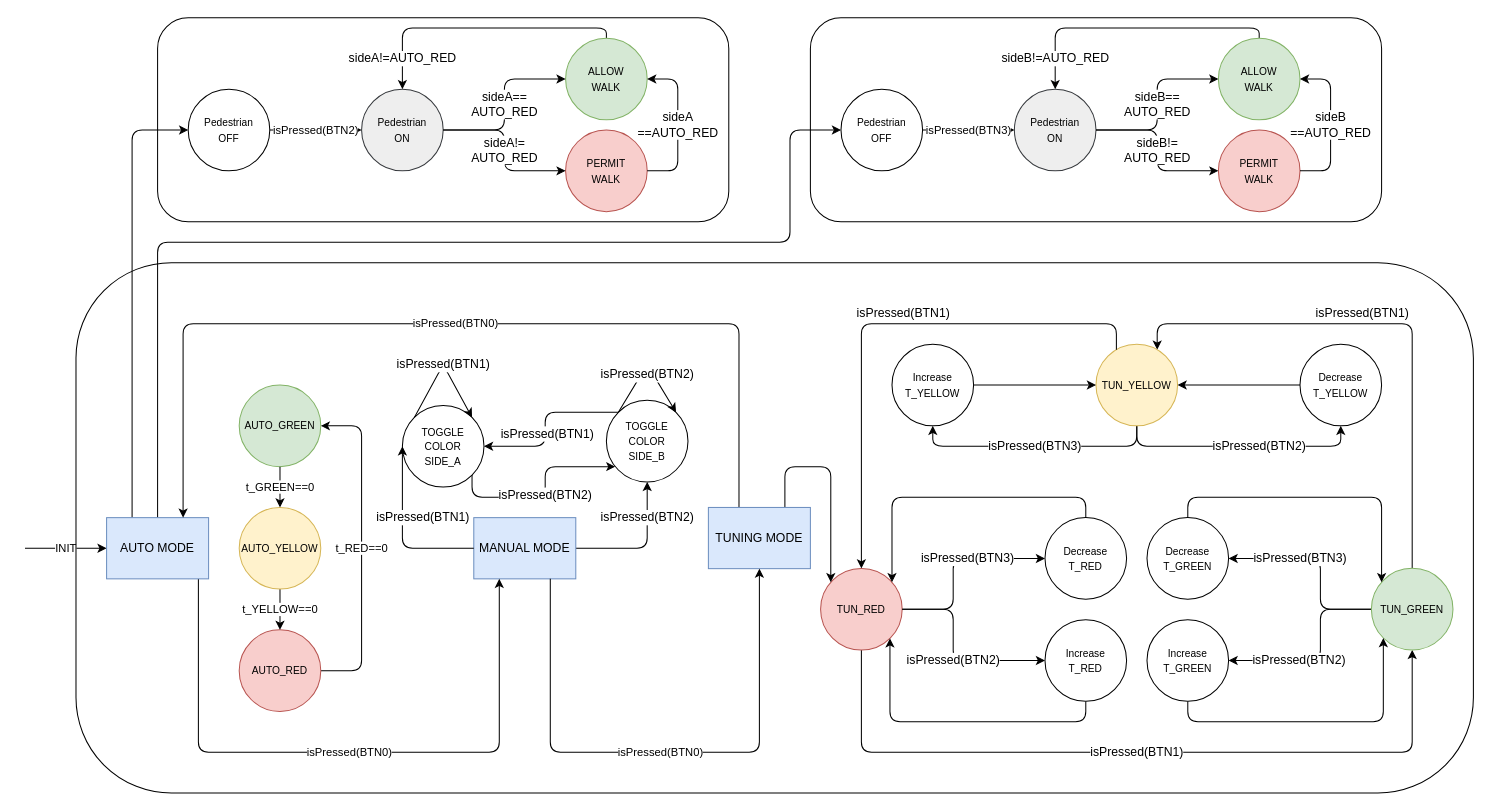
The draw.io diagram page "DRAFT" (2 of 2) of fsm.drawio in amyranotamirror/CO3007_MiniProject, before the edit. Source tidied: cells renumbered, new cells numbered last; positions are measured from the earlier drawing's top-left corner, leaving out a move shared by most shapes. Both pictures are drawn from the tidied source at 102%, with x=0, y=0 at pixel (24, 17).
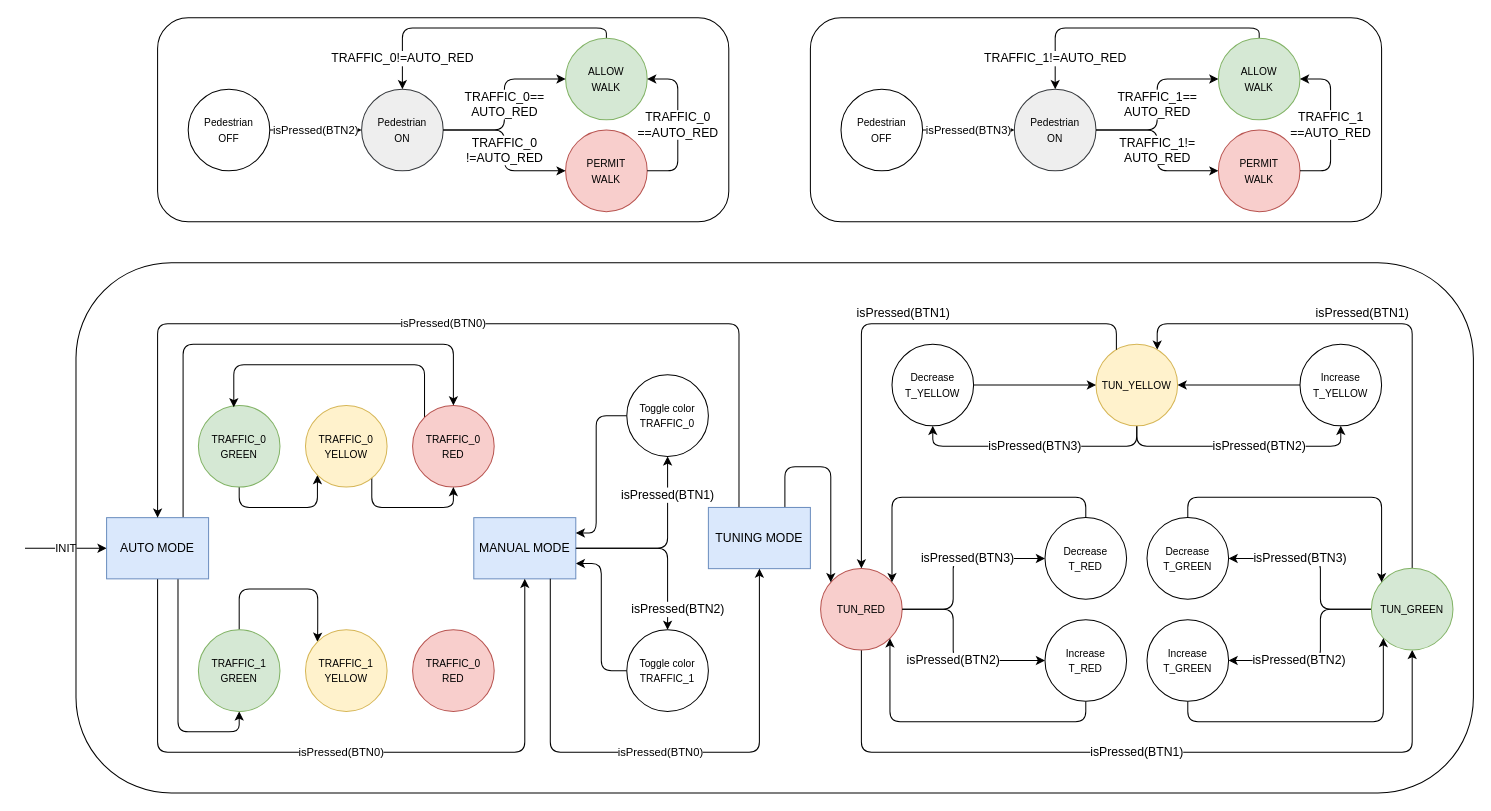
The same diagram, later.

Commit message:
feat: Simplified version of FSM

chore: styling

The change refers to these unchanged cells:
```xml
<mxCell id="13" value="MANUAL MODE" style="rounded=0;whiteSpace=wrap;html=1;fillColor=#dae8fc;strokeColor=#6c8ebf;" parent="1" vertex="1">
  <mxGeometry x="440" y="490" width="100" height="60" as="geometry" />
</mxCell>
<mxCell id="38" value="AUTO MODE" style="rounded=0;whiteSpace=wrap;html=1;fillColor=#dae8fc;strokeColor=#6c8ebf;" parent="1" vertex="1">
  <mxGeometry x="80" y="490" width="100" height="60" as="geometry" />
</mxCell>
<mxCell id="41" value="TUNING MODE" style="rounded=0;whiteSpace=wrap;html=1;fillColor=#dae8fc;strokeColor=#6c8ebf;" parent="1" vertex="1">
  <mxGeometry x="670" y="480" width="100" height="60" as="geometry" />
</mxCell>
<mxCell id="52" style="group;" parent="1" vertex="1">
  <mxGeometry x="130" width="560" height="200" as="geometry" />
</mxCell>
<mxCell id="54" value="&lt;span style=&quot;font-size: 10px;&quot;&gt;Pedestrian&lt;br&gt;OFF&lt;br&gt;&lt;/span&gt;" style="ellipse;whiteSpace=wrap;html=1;" parent="52" vertex="1">
  <mxGeometry x="30" y="70" width="80" height="80" as="geometry" />
</mxCell>
<mxCell id="55" value="&lt;span style=&quot;font-size: 10px;&quot;&gt;Pedestrian&lt;br&gt;ON&lt;br&gt;&lt;/span&gt;" style="ellipse;whiteSpace=wrap;html=1;fillColor=#eeeeee;strokeColor=#36393d;" parent="52" vertex="1">
  <mxGeometry x="200" y="70" width="80" height="80" as="geometry" />
</mxCell>
<mxCell id="57" value="&lt;span style=&quot;font-size: 10px;&quot;&gt;PERMIT&lt;br&gt;WALK&lt;br&gt;&lt;/span&gt;" style="ellipse;whiteSpace=wrap;html=1;fillColor=#f8cecc;strokeColor=#b85450;" parent="52" vertex="1">
  <mxGeometry x="400" y="110" width="80" height="80" as="geometry" />
</mxCell>
<mxCell id="60" value="&lt;span style=&quot;font-size: 10px;&quot;&gt;ALLOW&lt;br&gt;WALK&lt;br&gt;&lt;/span&gt;" style="ellipse;whiteSpace=wrap;html=1;fillColor=#d5e8d4;strokeColor=#82b366;" parent="52" vertex="1">
  <mxGeometry x="400" y="20" width="80" height="80" as="geometry" />
</mxCell>
<mxCell id="63" style="group;" parent="1" vertex="1">
  <mxGeometry x="770" width="560" height="200" as="geometry" />
</mxCell>
<mxCell id="65" value="&lt;span style=&quot;font-size: 10px;&quot;&gt;Pedestrian&lt;br&gt;OFF&lt;br&gt;&lt;/span&gt;" style="ellipse;whiteSpace=wrap;html=1;" parent="63" vertex="1">
  <mxGeometry x="30" y="70" width="80" height="80" as="geometry" />
</mxCell>
<mxCell id="66" value="&lt;span style=&quot;font-size: 10px;&quot;&gt;Pedestrian&lt;br&gt;ON&lt;br&gt;&lt;/span&gt;" style="ellipse;whiteSpace=wrap;html=1;fillColor=#eeeeee;strokeColor=#36393d;" parent="63" vertex="1">
  <mxGeometry x="200" y="70" width="80" height="80" as="geometry" />
</mxCell>
<mxCell id="68" value="&lt;span style=&quot;font-size: 10px;&quot;&gt;PERMIT&lt;br&gt;WALK&lt;br&gt;&lt;/span&gt;" style="ellipse;whiteSpace=wrap;html=1;fillColor=#f8cecc;strokeColor=#b85450;" parent="63" vertex="1">
  <mxGeometry x="400" y="110" width="80" height="80" as="geometry" />
</mxCell>
<mxCell id="71" value="&lt;span style=&quot;font-size: 10px;&quot;&gt;ALLOW&lt;br&gt;WALK&lt;br&gt;&lt;/span&gt;" style="ellipse;whiteSpace=wrap;html=1;fillColor=#d5e8d4;strokeColor=#82b366;" parent="63" vertex="1">
  <mxGeometry x="400" y="20" width="80" height="80" as="geometry" />
</mxCell>
```

The edit, as a diff of the source:
```diff
@@
-    <mxCell id="3" style="edgeStyle=orthogonalEdgeStyle;html=1;exitX=0.25;exitY=0;exitDx=0;exitDy=0;entryX=0;entryY=0.5;entryDx=0;entryDy=0;" parent="1" edge="1" source="38" target="54">
-      <mxGeometry relative="1" as="geometry" />
-    </mxCell>
@@
+    <mxCell id="11" style="edgeStyle=orthogonalEdgeStyle;html=1;entryX=0;entryY=1;entryDx=0;entryDy=0;" parent="1" edge="1" source="5" target="10">
+      <mxGeometry relative="1" as="geometry">
+        <Array as="points">
+          <mxPoint x="210" y="480" />
+          <mxPoint x="287" y="480" />
+          <mxPoint x="287" y="448" />
+        </Array>
+      </mxGeometry>
+    </mxCell>
-    <mxCell id="5" value="&lt;font style=&quot;font-size: 10px;&quot;&gt;AUTO_GREEN&lt;/font&gt;" style="ellipse;whiteSpace=wrap;html=1;fillColor=#d5e8d4;strokeColor=#82b366;" parent="1" vertex="1">
-      <mxGeometry x="210" y="360" width="80" height="80" as="geometry" />
+    <mxCell id="5" value="&lt;span style=&quot;font-size: 10px;&quot;&gt;TRAFFIC_0&lt;br&gt;GREEN&lt;br&gt;&lt;/span&gt;" style="ellipse;whiteSpace=wrap;html=1;fillColor=#d5e8d4;strokeColor=#82b366;" parent="1" vertex="1">
+      <mxGeometry x="170" y="380" width="80" height="80" as="geometry" />
     </mxCell>
-    <mxCell id="6" value="t_RED==0" style="edgeStyle=orthogonalEdgeStyle;html=1;entryX=1;entryY=0.5;entryDx=0;entryDy=0;" parent="1" edge="1" source="7" target="5">
+    <mxCell id="6" style="edgeStyle=orthogonalEdgeStyle;html=1;exitX=0;exitY=0;exitDx=0;exitDy=0;entryX=0.434;entryY=0.023;entryDx=0;entryDy=0;entryPerimeter=0;" parent="1" edge="1" source="7" target="5">
       <mxGeometry relative="1" as="geometry">
         <Array as="points">
-          <mxPoint x="330" y="640" />
-          <mxPoint x="330" y="400" />
+          <mxPoint x="392" y="340" />
+          <mxPoint x="205" y="340" />
         </Array>
       </mxGeometry>
     </mxCell>
-    <mxCell id="7" value="&lt;font style=&quot;font-size: 10px;&quot;&gt;AUTO_RED&lt;/font&gt;" style="ellipse;whiteSpace=wrap;html=1;fillColor=#f8cecc;strokeColor=#b85450;" parent="1" vertex="1">
-      <mxGeometry x="210" y="600" width="80" height="80" as="geometry" />
+    <mxCell id="7" value="&lt;font style=&quot;font-size: 10px;&quot;&gt;TRAFFIC_0&lt;br&gt;RED&lt;br&gt;&lt;/font&gt;" style="ellipse;whiteSpace=wrap;html=1;fillColor=#f8cecc;strokeColor=#b85450;" parent="1" vertex="1">
+      <mxGeometry x="380" y="380" width="80" height="80" as="geometry" />
     </mxCell>
+    <mxCell id="74" style="edgeStyle=orthogonalEdgeStyle;html=1;entryX=1;entryY=0.75;entryDx=0;entryDy=0;" parent="1" edge="1" source="8" target="13">
+      <mxGeometry relative="1" as="geometry" />
+    </mxCell>
-    <mxCell id="8" value="&lt;span style=&quot;font-size: 10px;&quot;&gt;TOGGLE&lt;/span&gt;&lt;br style=&quot;border-color: var(--border-color); font-size: 10px;&quot;&gt;&lt;span style=&quot;font-size: 10px;&quot;&gt;COLOR&lt;/span&gt;&lt;br style=&quot;border-color: var(--border-color); font-size: 10px;&quot;&gt;&lt;span style=&quot;font-size: 10px;&quot;&gt;SIDE_B&lt;/span&gt;" style="ellipse;whiteSpace=wrap;html=1;" parent="1" vertex="1">
-      <mxGeometry x="570" y="375" width="80" height="80" as="geometry" />
+    <mxCell id="8" value="&lt;span style=&quot;font-size: 10px;&quot;&gt;Toggle color&lt;/span&gt;&lt;br style=&quot;border-color: var(--border-color); font-size: 10px;&quot;&gt;&lt;span style=&quot;font-size: 10px;&quot;&gt;TRAFFIC_1&lt;/span&gt;" style="ellipse;whiteSpace=wrap;html=1;" parent="1" vertex="1">
+      <mxGeometry x="590" y="600" width="80" height="80" as="geometry" />
     </mxCell>
-    <mxCell id="9" value="t_YELLOW==0" style="edgeStyle=orthogonalEdgeStyle;html=1;entryX=0.5;entryY=0;entryDx=0;entryDy=0;" parent="1" edge="1" source="10" target="7">
-      <mxGeometry relative="1" as="geometry" />
+    <mxCell id="9" style="edgeStyle=orthogonalEdgeStyle;html=1;entryX=0.5;entryY=1;entryDx=0;entryDy=0;" parent="1" edge="1" source="10" target="7">
+      <mxGeometry relative="1" as="geometry">
+        <Array as="points">
+          <mxPoint x="340" y="480" />
+          <mxPoint x="420" y="480" />
+        </Array>
+      </mxGeometry>
     </mxCell>
-    <mxCell id="10" value="&lt;font style=&quot;font-size: 10px;&quot;&gt;AUTO_YELLOW&lt;/font&gt;" style="ellipse;whiteSpace=wrap;html=1;fillColor=#fff2cc;strokeColor=#d6b656;" parent="1" vertex="1">
-      <mxGeometry x="210" y="480" width="80" height="80" as="geometry" />
+    <mxCell id="10" value="&lt;span style=&quot;font-size: 10px;&quot;&gt;TRAFFIC_0&lt;br&gt;YELLOW&lt;br&gt;&lt;/span&gt;" style="ellipse;whiteSpace=wrap;html=1;fillColor=#fff2cc;strokeColor=#d6b656;" parent="1" vertex="1">
+      <mxGeometry x="275" y="380" width="80" height="80" as="geometry" />
     </mxCell>
-    <mxCell id="11" value="t_GREEN==0" style="edgeStyle=orthogonalEdgeStyle;html=1;" parent="1" edge="1" source="5" target="10">
-      <mxGeometry relative="1" as="geometry" />
-    </mxCell>
-    <mxCell id="12" value="isPressed(BTN2)" style="edgeStyle=orthogonalEdgeStyle;html=1;fontSize=12;" parent="1" edge="1" source="13" target="8">
-      <mxGeometry x="0.48" relative="1" as="geometry">
+    <mxCell id="12" value="isPressed(BTN2)" style="edgeStyle=orthogonalEdgeStyle;html=1;fontSize=12;entryX=0.5;entryY=0;entryDx=0;entryDy=0;" parent="1" edge="1" source="13" target="8">
+      <mxGeometry x="0.76" y="10" relative="1" as="geometry">
         <Array as="points">
-          <mxPoint x="610" y="520" />
+          <mxPoint x="630" y="520" />
         </Array>
       </mxGeometry>
     </mxCell>
@@
-    <mxCell id="14" value="isPressed(BTN2)" style="edgeStyle=orthogonalEdgeStyle;html=1;exitX=1;exitY=1;exitDx=0;exitDy=0;fontSize=12;" parent="1" edge="1" source="15" target="8">
-      <mxGeometry x="-0.01" relative="1" as="geometry">
-        <Array as="points">
-          <mxPoint x="438" y="470" />
-          <mxPoint x="510" y="470" />
-          <mxPoint x="510" y="440" />
-        </Array>
-      </mxGeometry>
-    </mxCell>
+    <mxCell id="75" style="edgeStyle=orthogonalEdgeStyle;html=1;entryX=1;entryY=0.25;entryDx=0;entryDy=0;" parent="1" edge="1" source="15" target="13">
+      <mxGeometry relative="1" as="geometry">
+        <Array as="points">
+          <mxPoint x="560" y="390" />
+          <mxPoint x="560" y="505" />
+        </Array>
+      </mxGeometry>
+    </mxCell>
-    <mxCell id="15" value="&lt;span style=&quot;font-size: 10px;&quot;&gt;TOGGLE&lt;br&gt;COLOR&lt;br&gt;SIDE_A&lt;br&gt;&lt;/span&gt;" style="ellipse;whiteSpace=wrap;html=1;" parent="1" vertex="1">
-      <mxGeometry x="370" y="380" width="80" height="80" as="geometry" />
+    <mxCell id="15" value="&lt;span style=&quot;font-size: 10px;&quot;&gt;Toggle color&lt;br&gt;TRAFFIC_0&lt;br&gt;&lt;/span&gt;" style="ellipse;whiteSpace=wrap;html=1;" parent="1" vertex="1">
+      <mxGeometry x="590" y="350" width="80" height="80" as="geometry" />
     </mxCell>
-    <mxCell id="16" value="isPressed(BTN1)" style="edgeStyle=orthogonalEdgeStyle;html=1;exitX=0;exitY=0;exitDx=0;exitDy=0;fontSize=12;" parent="1" edge="1" source="8" target="15">
-      <mxGeometry x="0.14" y="2" relative="1" as="geometry">
-        <mxPoint y="-1" as="offset" />
-      </mxGeometry>
-    </mxCell>
-    <mxCell id="17" value="isPressed(BTN1)" style="edgeStyle=orthogonalEdgeStyle;html=1;entryX=0;entryY=0.5;entryDx=0;entryDy=0;fontSize=12;" parent="1" edge="1" source="13" target="15">
-      <mxGeometry x="0.18" y="-20" relative="1" as="geometry">
+    <mxCell id="17" value="isPressed(BTN1)" style="edgeStyle=orthogonalEdgeStyle;html=1;fontSize=12;exitX=1;exitY=0.5;exitDx=0;exitDy=0;" parent="1" edge="1" source="13" target="15">
+      <mxGeometry x="0.58" relative="1" as="geometry">
         <Array as="points">
-          <mxPoint x="370" y="520" />
+          <mxPoint x="630" y="520" />
         </Array>
       </mxGeometry>
     </mxCell>
-    <mxCell id="18" value="&lt;font style=&quot;font-size: 12px;&quot;&gt;isPressed(BTN1)&lt;/font&gt;" style="edgeStyle=orthogonalEdgeStyle;html=1;exitX=0;exitY=0;exitDx=0;exitDy=0;entryX=1;entryY=0;entryDx=0;entryDy=0;fontSize=9;" parent="1" edge="1" source="15" target="15">
-      <mxGeometry relative="1" as="geometry">
-        <Array as="points">
-          <mxPoint x="410" y="340" />
-        </Array>
-      </mxGeometry>
-    </mxCell>
@@
-    <mxCell id="36" value="isPressed(BTN0)" style="edgeStyle=orthogonalEdgeStyle;html=1;exitX=0.5;exitY=1;exitDx=0;exitDy=0;entryX=0.25;entryY=1;entryDx=0;entryDy=0;" parent="1" edge="1" target="13">
+    <mxCell id="36" value="isPressed(BTN0)" style="edgeStyle=orthogonalEdgeStyle;html=1;exitX=0.5;exitY=1;exitDx=0;exitDy=0;entryX=0.5;entryY=1;entryDx=0;entryDy=0;" parent="1" edge="1" source="38" target="13">
       <mxGeometry relative="1" as="geometry">
-        <mxPoint x="170" y="550" as="sourcePoint" />
         <Array as="points">
-          <mxPoint x="170" y="720" />
-          <mxPoint x="465" y="720" />
+          <mxPoint x="130" y="720" />
+          <mxPoint x="490" y="720" />
         </Array>
       </mxGeometry>
     </mxCell>
-    <mxCell id="37" style="edgeStyle=orthogonalEdgeStyle;html=1;entryX=0;entryY=0.5;entryDx=0;entryDy=0;fontSize=12;fontColor=none;startArrow=none;startFill=0;endArrow=classic;endFill=1;" parent="1" edge="1" source="38" target="65">
-      <mxGeometry relative="1" as="geometry">
-        <Array as="points">
-          <mxPoint x="130" y="220" />
-          <mxPoint x="750" y="220" />
-          <mxPoint x="750" y="110" />
-        </Array>
-      </mxGeometry>
-    </mxCell>
+    <mxCell id="76" style="edgeStyle=orthogonalEdgeStyle;html=1;entryX=0.5;entryY=1;entryDx=0;entryDy=0;" parent="1" edge="1" source="38" target="79">
+      <mxGeometry relative="1" as="geometry">
+        <Array as="points">
+          <mxPoint x="150" y="700" />
+          <mxPoint x="210" y="700" />
+        </Array>
+      </mxGeometry>
+    </mxCell>
+    <mxCell id="77" style="edgeStyle=orthogonalEdgeStyle;html=1;exitX=0.75;exitY=0;exitDx=0;exitDy=0;entryX=0.5;entryY=0;entryDx=0;entryDy=0;" parent="1" edge="1" source="38" target="7">
+      <mxGeometry relative="1" as="geometry">
+        <Array as="points">
+          <mxPoint x="155" y="320" />
+          <mxPoint x="420" y="320" />
+        </Array>
+      </mxGeometry>
+    </mxCell>
@@
-    <mxCell id="39" value="isPressed(BTN0)" style="edgeStyle=orthogonalEdgeStyle;html=1;entryX=0.75;entryY=0;entryDx=0;entryDy=0;" parent="1" edge="1" source="41" target="38">
+    <mxCell id="39" value="isPressed(BTN0)" style="edgeStyle=orthogonalEdgeStyle;html=1;entryX=0.5;entryY=0;entryDx=0;entryDy=0;" parent="1" edge="1" source="41" target="38">
       <mxGeometry relative="1" as="geometry">
         <Array as="points">
           <mxPoint x="700" y="300" />
-          <mxPoint x="155" y="300" />
+          <mxPoint x="130" y="300" />
         </Array>
       </mxGeometry>
     </mxCell>
@@
-    <mxCell id="44" value="&lt;span style=&quot;font-size: 10px;&quot;&gt;Decrease&lt;br&gt;T_YELLOW&lt;br&gt;&lt;/span&gt;" style="ellipse;whiteSpace=wrap;html=1;" parent="1" vertex="1">
+    <mxCell id="44" value="&lt;span style=&quot;font-size: 10px;&quot;&gt;Increase&lt;br&gt;T_YELLOW&lt;br&gt;&lt;/span&gt;" style="ellipse;whiteSpace=wrap;html=1;" parent="1" vertex="1">
       <mxGeometry x="1250" y="320" width="80" height="80" as="geometry" />
     </mxCell>
@@
-    <mxCell id="46" value="&lt;span style=&quot;font-size: 10px;&quot;&gt;Increase&lt;br&gt;T_YELLOW&lt;br&gt;&lt;/span&gt;" style="ellipse;whiteSpace=wrap;html=1;" parent="1" vertex="1">
+    <mxCell id="46" value="&lt;span style=&quot;font-size: 10px;&quot;&gt;Decrease&lt;br&gt;T_YELLOW&lt;br&gt;&lt;/span&gt;" style="ellipse;whiteSpace=wrap;html=1;" parent="1" vertex="1">
       <mxGeometry x="850" y="320" width="80" height="80" as="geometry" />
     </mxCell>
-    <mxCell id="47" value="&lt;font style=&quot;font-size: 12px;&quot;&gt;isPressed(BTN2)&lt;/font&gt;" style="edgeStyle=orthogonalEdgeStyle;html=1;exitX=0;exitY=0;exitDx=0;exitDy=0;entryX=1;entryY=0;entryDx=0;entryDy=0;fontSize=10;fontColor=none;" parent="1" edge="1" source="8" target="8">
-      <mxGeometry x="-0.16" y="-5" relative="1" as="geometry">
-        <Array as="points">
-          <mxPoint x="610" y="340" />
-        </Array>
-      </mxGeometry>
-    </mxCell>
@@
-    <mxCell id="58" value="&lt;span style=&quot;font-size: 12px;&quot;&gt;sideA!=&lt;br&gt;AUTO_RED&lt;/span&gt;" style="edgeStyle=orthogonalEdgeStyle;html=1;entryX=0;entryY=0.5;entryDx=0;entryDy=0;" parent="52" edge="1" source="55" target="57">
+    <mxCell id="58" value="&lt;span style=&quot;font-size: 12px;&quot;&gt;TRAFFIC_0&lt;br&gt;!=AUTO_RED&lt;/span&gt;" style="edgeStyle=orthogonalEdgeStyle;html=1;entryX=0;entryY=0.5;entryDx=0;entryDy=0;" parent="52" edge="1" source="55" target="57">
       <mxGeometry relative="1" as="geometry" />
     </mxCell>
-    <mxCell id="59" value="sideA!=AUTO_RED" style="edgeStyle=orthogonalEdgeStyle;html=1;entryX=0.5;entryY=0;entryDx=0;entryDy=0;fontSize=12;fontColor=none;startArrow=none;startFill=0;endArrow=classic;endFill=1;" parent="52" edge="1" source="60" target="55">
+    <mxCell id="59" value="TRAFFIC_0!=AUTO_RED" style="edgeStyle=orthogonalEdgeStyle;html=1;entryX=0.5;entryY=0;entryDx=0;entryDy=0;fontSize=12;fontColor=none;startArrow=none;startFill=0;endArrow=classic;endFill=1;" parent="52" edge="1" source="60" target="55">
       <mxGeometry x="0.78" relative="1" as="geometry">
         <Array as="points">
           <mxPoint x="440" y="10" />
           <mxPoint x="240" y="10" />
         </Array>
       </mxGeometry>
     </mxCell>
@@
-    <mxCell id="61" value="sideA==&lt;br&gt;AUTO_RED" style="edgeStyle=orthogonalEdgeStyle;html=1;entryX=0;entryY=0.5;entryDx=0;entryDy=0;fontSize=12;fontColor=none;startArrow=none;startFill=0;endArrow=classic;endFill=1;" parent="52" edge="1" source="55" target="60">
+    <mxCell id="61" value="TRAFFIC_0==&lt;br&gt;AUTO_RED" style="edgeStyle=orthogonalEdgeStyle;html=1;entryX=0;entryY=0.5;entryDx=0;entryDy=0;fontSize=12;fontColor=none;startArrow=none;startFill=0;endArrow=classic;endFill=1;" parent="52" edge="1" source="55" target="60">
       <mxGeometry relative="1" as="geometry" />
     </mxCell>
-    <mxCell id="62" value="sideA&lt;br&gt;==AUTO_RED" style="edgeStyle=orthogonalEdgeStyle;html=1;entryX=1;entryY=0.5;entryDx=0;entryDy=0;fontSize=12;fontColor=none;startArrow=none;startFill=0;endArrow=classic;endFill=1;" parent="52" edge="1" source="57" target="60">
+    <mxCell id="62" value="TRAFFIC_0&lt;br&gt;==AUTO_RED" style="edgeStyle=orthogonalEdgeStyle;html=1;entryX=1;entryY=0.5;entryDx=0;entryDy=0;fontSize=12;fontColor=none;startArrow=none;startFill=0;endArrow=classic;endFill=1;" parent="52" edge="1" source="57" target="60">
       <mxGeometry relative="1" as="geometry">
         <Array as="points">
           <mxPoint x="510" y="150" />
           <mxPoint x="510" y="60" />
         </Array>
       </mxGeometry>
     </mxCell>
@@
-    <mxCell id="69" value="&lt;span style=&quot;font-size: 12px;&quot;&gt;sideB!=&lt;br&gt;AUTO_RED&lt;/span&gt;" style="edgeStyle=orthogonalEdgeStyle;html=1;entryX=0;entryY=0.5;entryDx=0;entryDy=0;" parent="63" edge="1" source="66" target="68">
+    <mxCell id="69" value="&lt;span style=&quot;font-size: 12px;&quot;&gt;TRAFFIC_1&lt;/span&gt;&lt;span style=&quot;font-size: 12px;&quot;&gt;!=&lt;br&gt;AUTO_RED&lt;/span&gt;" style="edgeStyle=orthogonalEdgeStyle;html=1;entryX=0;entryY=0.5;entryDx=0;entryDy=0;" parent="63" edge="1" source="66" target="68">
       <mxGeometry relative="1" as="geometry" />
     </mxCell>
-    <mxCell id="70" value="sideB!=AUTO_RED" style="edgeStyle=orthogonalEdgeStyle;html=1;entryX=0.5;entryY=0;entryDx=0;entryDy=0;fontSize=12;fontColor=none;startArrow=none;startFill=0;endArrow=classic;endFill=1;" parent="63" edge="1" source="71" target="66">
+    <mxCell id="70" value="TRAFFIC_1!=AUTO_RED" style="edgeStyle=orthogonalEdgeStyle;html=1;entryX=0.5;entryY=0;entryDx=0;entryDy=0;fontSize=12;fontColor=none;startArrow=none;startFill=0;endArrow=classic;endFill=1;" parent="63" edge="1" source="71" target="66">
       <mxGeometry x="0.78" relative="1" as="geometry">
         <Array as="points">
           <mxPoint x="440" y="10" />
           <mxPoint x="240" y="10" />
         </Array>
       </mxGeometry>
     </mxCell>
@@
-    <mxCell id="72" value="sideB==&lt;br&gt;AUTO_RED" style="edgeStyle=orthogonalEdgeStyle;html=1;entryX=0;entryY=0.5;entryDx=0;entryDy=0;fontSize=12;fontColor=none;startArrow=none;startFill=0;endArrow=classic;endFill=1;" parent="63" edge="1" source="66" target="71">
+    <mxCell id="72" value="TRAFFIC_1==&lt;br&gt;AUTO_RED" style="edgeStyle=orthogonalEdgeStyle;html=1;entryX=0;entryY=0.5;entryDx=0;entryDy=0;fontSize=12;fontColor=none;startArrow=none;startFill=0;endArrow=classic;endFill=1;" parent="63" edge="1" source="66" target="71">
       <mxGeometry relative="1" as="geometry" />
     </mxCell>
-    <mxCell id="73" value="sideB&lt;br&gt;==AUTO_RED" style="edgeStyle=orthogonalEdgeStyle;html=1;entryX=1;entryY=0.5;entryDx=0;entryDy=0;fontSize=12;fontColor=none;startArrow=none;startFill=0;endArrow=classic;endFill=1;" parent="63" edge="1" source="68" target="71">
+    <mxCell id="73" value="TRAFFIC_1&lt;br&gt;==AUTO_RED" style="edgeStyle=orthogonalEdgeStyle;html=1;entryX=1;entryY=0.5;entryDx=0;entryDy=0;fontSize=12;fontColor=none;startArrow=none;startFill=0;endArrow=classic;endFill=1;" parent="63" edge="1" source="68" target="71">
       <mxGeometry relative="1" as="geometry">
         <Array as="points">
           <mxPoint x="510" y="150" />
           <mxPoint x="510" y="60" />
         </Array>
       </mxGeometry>
     </mxCell>
+    <mxCell id="78" style="edgeStyle=orthogonalEdgeStyle;html=1;entryX=0;entryY=0;entryDx=0;entryDy=0;" parent="1" edge="1" source="79" target="80">
+      <mxGeometry relative="1" as="geometry">
+        <Array as="points">
+          <mxPoint x="210" y="560" />
+          <mxPoint x="287" y="560" />
+          <mxPoint x="287" y="600" />
+        </Array>
+      </mxGeometry>
+    </mxCell>
+    <mxCell id="79" value="&lt;span style=&quot;font-size: 10px;&quot;&gt;TRAFFIC_1&lt;br&gt;GREEN&lt;br&gt;&lt;/span&gt;" style="ellipse;whiteSpace=wrap;html=1;fillColor=#d5e8d4;strokeColor=#82b366;" parent="1" vertex="1">
+      <mxGeometry x="170" y="600" width="80" height="80" as="geometry" />
+    </mxCell>
+    <mxCell id="80" value="&lt;span style=&quot;font-size: 10px;&quot;&gt;TRAFFIC_1&lt;br&gt;YELLOW&lt;br&gt;&lt;/span&gt;" style="ellipse;whiteSpace=wrap;html=1;fillColor=#fff2cc;strokeColor=#d6b656;" parent="1" vertex="1">
+      <mxGeometry x="275" y="600" width="80" height="80" as="geometry" />
+    </mxCell>
+    <mxCell id="81" value="&lt;font style=&quot;font-size: 10px;&quot;&gt;TRAFFIC_0&lt;br&gt;RED&lt;br&gt;&lt;/font&gt;" style="ellipse;whiteSpace=wrap;html=1;fillColor=#f8cecc;strokeColor=#b85450;" parent="1" vertex="1">
+      <mxGeometry x="380" y="600" width="80" height="80" as="geometry" />
+    </mxCell>
```
